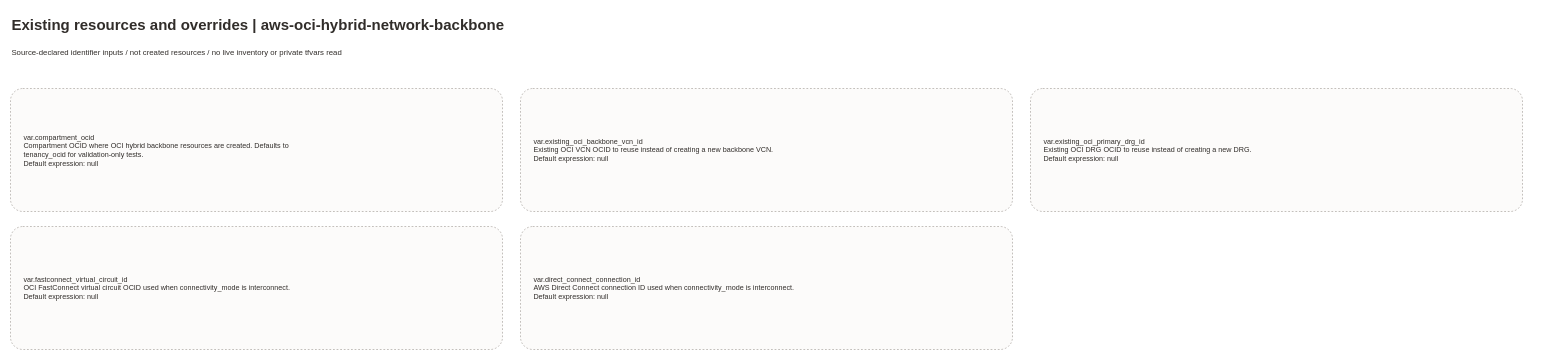
This is blueprints/networking/aws-oci-hybrid-network-backbone/architecture/existing-resources.drawio from leandro-michelino/oci-landingzones, a draw.io file, before an edit. Source tidied: cells renumbered, new cells numbered last; positions are measured from the earlier drawing's top-left corner, leaving out a move shared by most shapes. Both pictures are drawn from the tidied source at 60%, with x=0, y=0 at pixel (10, 10).
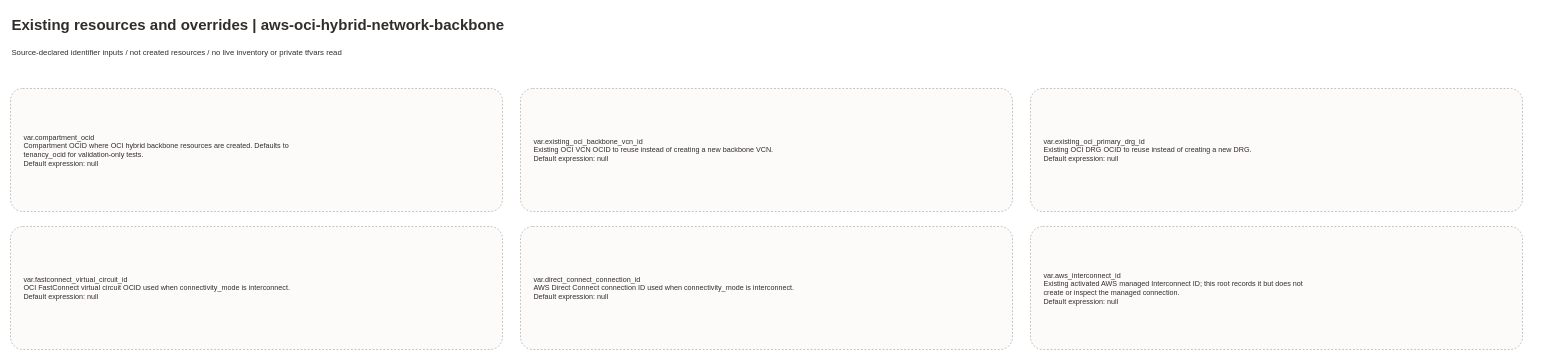
The same diagram, later.

Change to the diagram source:
```diff
@@
 <mxGraphModel background="#FFFFFF">
   <root>
     <mxCell id="0" />
     <mxCell id="1" parent="0" />
     <mxCell id="2" value="Existing resources and overrides | aws-oci-hybrid-network-backbone" style="text;html=1;whiteSpace=wrap;strokeColor=none;fillColor=none;align=left;verticalAlign=middle;fontSize=25;fontColor=#312D2A;fontFamily=Oracle Sans,Arial,Helvetica,sans-serif;fontStyle=1;" parent="1" vertex="1">
       <mxGeometry width="2540" height="45" as="geometry" />
     </mxCell>
     <mxCell id="3" value="Source-declared identifier inputs / not created resources / no live inventory or private tfvars read" style="text;html=1;whiteSpace=wrap;strokeColor=none;fillColor=none;align=left;verticalAlign=middle;fontSize=13;fontColor=#312D2A;fontFamily=Oracle Sans,Arial,Helvetica,sans-serif;" parent="1" vertex="1">
       <mxGeometry y="55" width="2540" height="30" as="geometry" />
     </mxCell>
     <mxCell id="4" style="whiteSpace=wrap;html=1;rounded=1;arcSize=10;dashed=1;fillColor=#FCFBFA;strokeColor=#9E9892;fontColor=#161513;fontSize=11;fontFamily=Oracle Sans,Arial,Helvetica,sans-serif;" parent="1" vertex="1">
       <mxGeometry y="130" width="820" height="205" as="geometry" />
     </mxCell>
     <mxCell id="5" value="var.compartment_ocid&lt;br&gt;Compartment OCID where OCI hybrid backbone resources are created. Defaults to&lt;br&gt;tenancy_ocid for validation-only tests.&lt;br&gt;Default expression: null" style="text;html=1;whiteSpace=wrap;strokeColor=none;fillColor=none;align=left;verticalAlign=middle;fontSize=12;fontColor=#312D2A;fontFamily=Oracle Sans,Arial,Helvetica,sans-serif;" parent="4" vertex="1">
       <mxGeometry x="20" y="15" width="780" height="175" as="geometry" />
     </mxCell>
     <mxCell id="6" style="whiteSpace=wrap;html=1;rounded=1;arcSize=10;dashed=1;fillColor=#FCFBFA;strokeColor=#9E9892;fontColor=#161513;fontSize=11;fontFamily=Oracle Sans,Arial,Helvetica,sans-serif;" parent="1" vertex="1">
       <mxGeometry x="850" y="130" width="820" height="205" as="geometry" />
     </mxCell>
     <mxCell id="7" value="var.existing_oci_backbone_vcn_id&lt;br&gt;Existing OCI VCN OCID to reuse instead of creating a new backbone VCN.&lt;br&gt;Default expression: null" style="text;html=1;whiteSpace=wrap;strokeColor=none;fillColor=none;align=left;verticalAlign=middle;fontSize=12;fontColor=#312D2A;fontFamily=Oracle Sans,Arial,Helvetica,sans-serif;" parent="6" vertex="1">
       <mxGeometry x="20" y="15" width="780" height="175" as="geometry" />
     </mxCell>
     <mxCell id="8" style="whiteSpace=wrap;html=1;rounded=1;arcSize=10;dashed=1;fillColor=#FCFBFA;strokeColor=#9E9892;fontColor=#161513;fontSize=11;fontFamily=Oracle Sans,Arial,Helvetica,sans-serif;" parent="1" vertex="1">
       <mxGeometry x="1700" y="130" width="820" height="205" as="geometry" />
     </mxCell>
     <mxCell id="9" value="var.existing_oci_primary_drg_id&lt;br&gt;Existing OCI DRG OCID to reuse instead of creating a new DRG.&lt;br&gt;Default expression: null" style="text;html=1;whiteSpace=wrap;strokeColor=none;fillColor=none;align=left;verticalAlign=middle;fontSize=12;fontColor=#312D2A;fontFamily=Oracle Sans,Arial,Helvetica,sans-serif;" parent="8" vertex="1">
       <mxGeometry x="20" y="15" width="780" height="175" as="geometry" />
     </mxCell>
     <mxCell id="10" style="whiteSpace=wrap;html=1;rounded=1;arcSize=10;dashed=1;fillColor=#FCFBFA;strokeColor=#9E9892;fontColor=#161513;fontSize=11;fontFamily=Oracle Sans,Arial,Helvetica,sans-serif;" parent="1" vertex="1">
       <mxGeometry y="360" width="820" height="205" as="geometry" />
     </mxCell>
     <mxCell id="11" value="var.fastconnect_virtual_circuit_id&lt;br&gt;OCI FastConnect virtual circuit OCID used when connectivity_mode is interconnect.&lt;br&gt;Default expression: null" style="text;html=1;whiteSpace=wrap;strokeColor=none;fillColor=none;align=left;verticalAlign=middle;fontSize=12;fontColor=#312D2A;fontFamily=Oracle Sans,Arial,Helvetica,sans-serif;" parent="10" vertex="1">
       <mxGeometry x="20" y="15" width="780" height="175" as="geometry" />
     </mxCell>
     <mxCell id="12" style="whiteSpace=wrap;html=1;rounded=1;arcSize=10;dashed=1;fillColor=#FCFBFA;strokeColor=#9E9892;fontColor=#161513;fontSize=11;fontFamily=Oracle Sans,Arial,Helvetica,sans-serif;" parent="1" vertex="1">
       <mxGeometry x="850" y="360" width="820" height="205" as="geometry" />
     </mxCell>
     <mxCell id="13" value="var.direct_connect_connection_id&lt;br&gt;AWS Direct Connect connection ID used when connectivity_mode is interconnect.&lt;br&gt;Default expression: null" style="text;html=1;whiteSpace=wrap;strokeColor=none;fillColor=none;align=left;verticalAlign=middle;fontSize=12;fontColor=#312D2A;fontFamily=Oracle Sans,Arial,Helvetica,sans-serif;" parent="12" vertex="1">
       <mxGeometry x="20" y="15" width="780" height="175" as="geometry" />
     </mxCell>
+    <mxCell id="14" style="whiteSpace=wrap;html=1;rounded=1;arcSize=10;dashed=1;fillColor=#FCFBFA;strokeColor=#9E9892;fontColor=#161513;fontSize=11;fontFamily=Oracle Sans,Arial,Helvetica,sans-serif;" parent="1" vertex="1">
+      <mxGeometry x="1700" y="360" width="820" height="205" as="geometry" />
+    </mxCell>
+    <mxCell id="15" value="var.aws_interconnect_id&lt;br&gt;Existing activated AWS managed Interconnect ID; this root records it but does not&lt;br&gt;create or inspect the managed connection.&lt;br&gt;Default expression: null" style="text;html=1;whiteSpace=wrap;strokeColor=none;fillColor=none;align=left;verticalAlign=middle;fontSize=12;fontColor=#312D2A;fontFamily=Oracle Sans,Arial,Helvetica,sans-serif;" parent="14" vertex="1">
+      <mxGeometry x="20" y="15" width="780" height="175" as="geometry" />
+    </mxCell>
   </root>
 </mxGraphModel>
```
